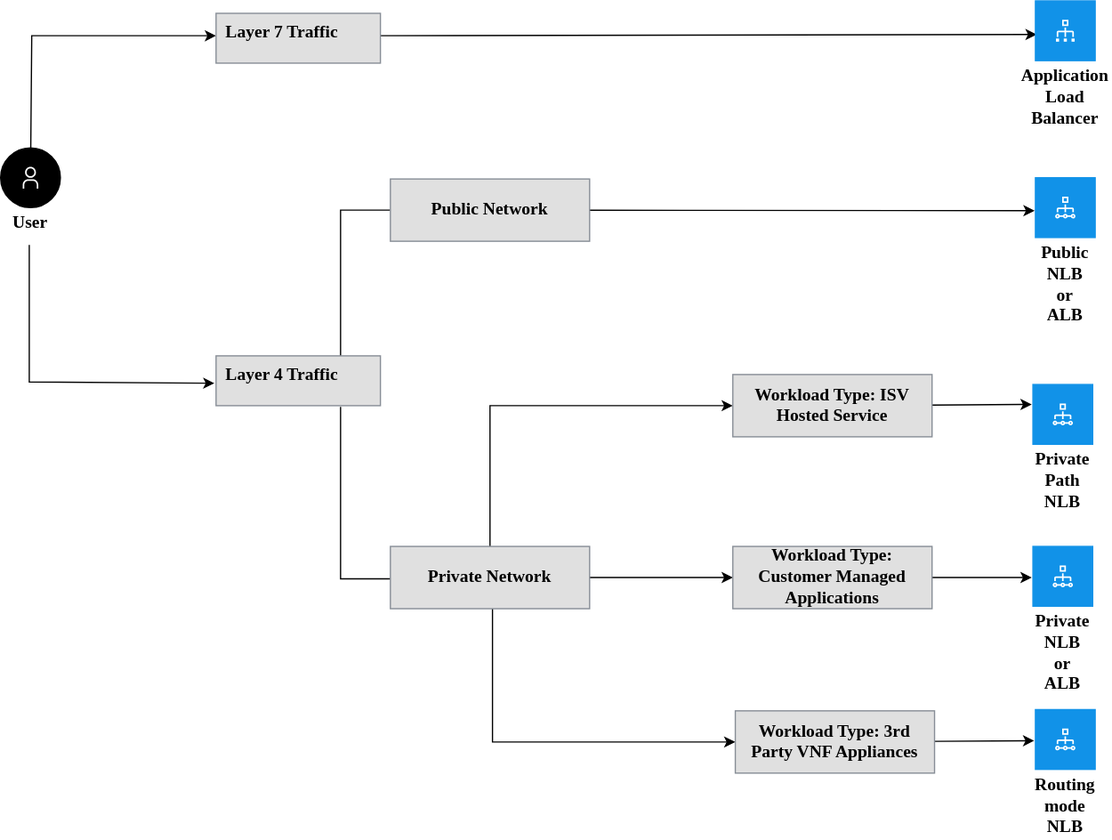
Before: images/loadbalancer_decision_tree.svg, a diagram exported from draw.io (ibm-cloud-docs/vpc). Source tidied: cells renumbered, new cells last; positions are measured from the earlier drawing's top-left corner, leaving out a move shared by most shapes.
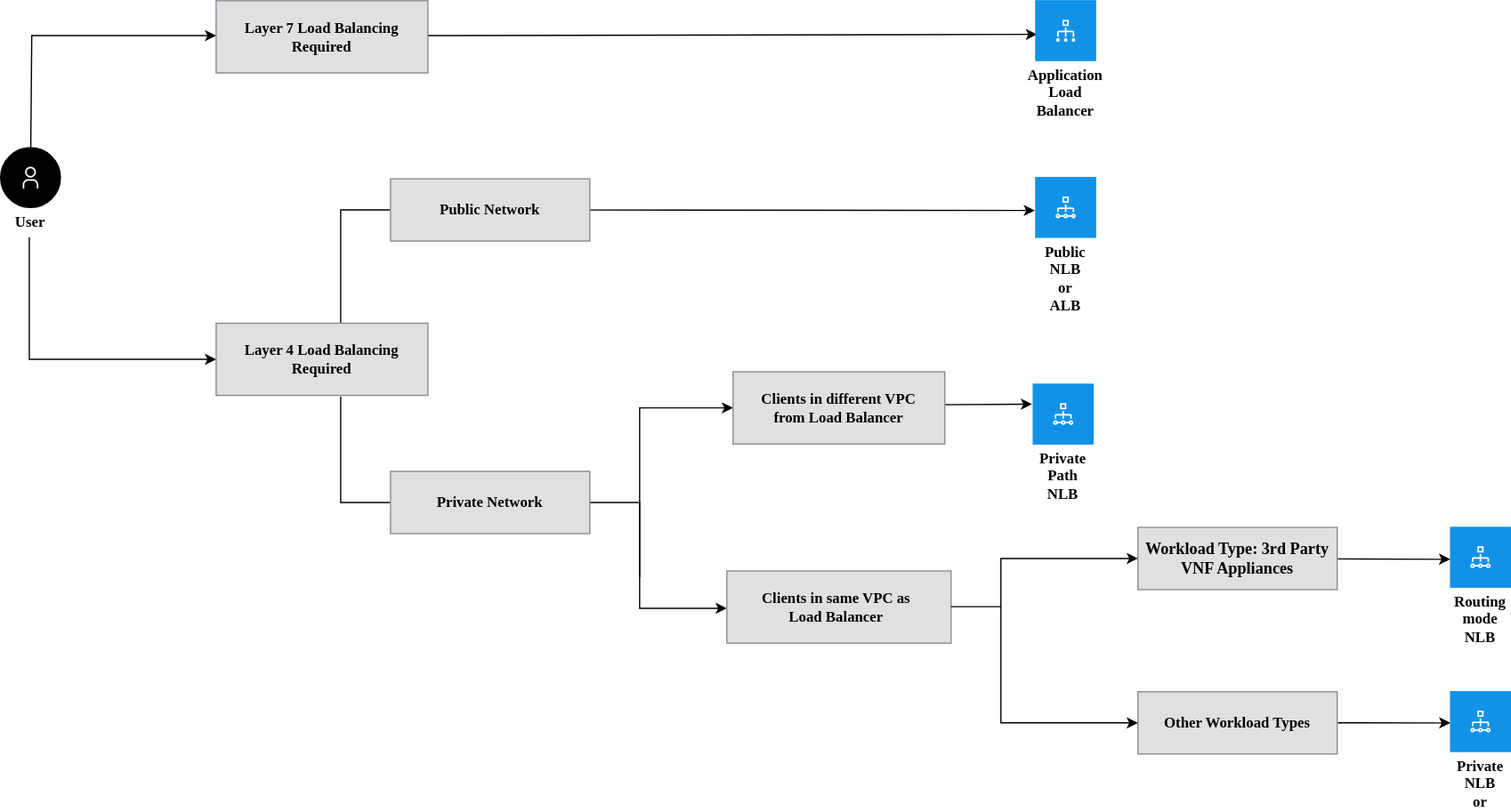
After the change.

Commit message:
Lauren Fulcher update

The edit, as a diff of the source:
```diff
@@ -4,4 +4,5 @@
     <mxCell id="1" parent="0" />
-    <mxCell id="2" style="endArrow=classic;html=1;rounded=0;fontColor=#000000;exitX=0.985;exitY=0.45;exitDx=0;exitDy=0;exitPerimeter=0;" parent="1" edge="1" source="13">
+    <mxCell id="2" style="endArrow=classic;html=1;rounded=0;fontColor=#000000;" parent="1" edge="1">
       <mxGeometry relative="1" as="geometry">
+        <mxPoint x="343" y="28" as="sourcePoint" />
         <mxPoint x="832" y="27" as="targetPoint" />
@@ -25,7 +26,7 @@
     </mxCell>
-    <mxCell id="5" style="endArrow=classic;html=1;rounded=0;fontColor=#000000;entryX=-0.01;entryY=0.55;entryDx=0;entryDy=0;entryPerimeter=0;" parent="1" edge="1" target="11">
+    <mxCell id="5" style="endArrow=classic;html=1;rounded=0;fontColor=#000000;entryX=0;entryY=0.5;entryDx=0;entryDy=0;" parent="1" edge="1" target="30">
       <mxGeometry relative="1" as="geometry">
-        <mxPoint x="23" y="196" as="sourcePoint" />
+        <mxPoint x="23" y="190" as="sourcePoint" />
         <Array as="points">
-          <mxPoint x="23" y="306" />
+          <mxPoint x="23" y="288" />
         </Array>
@@ -33,4 +34,4 @@
     </mxCell>
-    <object id="6" label="&lt;b style='font-weight:600'&gt;%Primary-Label%&lt;/b&gt;&lt;br&gt;%Secondary-Text%" Badge-Text="" Icon-Name="load-balancer--network" Primary-Label="Public NLB or ALB" Secondary-Text="" placeholders="1">
-      <mxCell style="shape=mxgraph.ibm.base;ibmType=nodep;ibmLayout=collapsed;strokeColor=#1192e8;fillColor=none;html=1;whiteSpace=wrap;fontFamily=IBM Plex Sans;fontSize=14;image=;align=center;verticalAlign=top;labelPosition=center;verticalLabelPosition=bottom;spacing=0;spacingLeft=16;spacingRight=16;spacingTop=0;spacingBottom=4;fontColor=#000000;" parent="1" vertex="1">
+    <object id="6" label="&lt;b style=&quot;font-weight: 600; font-size: 12px;&quot;&gt;%Primary-Label%&lt;/b&gt;&lt;br style=&quot;font-size: 12px;&quot;&gt;%Secondary-Text%" Badge-Text="" Icon-Name="load-balancer--network" Primary-Label="Public NLB or ALB" Secondary-Text="" placeholders="1">
+      <mxCell style="shape=mxgraph.ibm.base;ibmType=nodep;ibmLayout=collapsed;strokeColor=#1192e8;fillColor=none;html=1;whiteSpace=wrap;fontFamily=IBM Plex Sans;fontSize=12;image=;align=center;verticalAlign=top;labelPosition=center;verticalLabelPosition=bottom;spacing=0;spacingLeft=16;spacingRight=16;spacingTop=0;spacingBottom=4;fontColor=#000000;" parent="1" vertex="1">
         <mxGeometry x="831" y="142" width="48" height="48" as="geometry" />
@@ -38,14 +39,14 @@
     </object>
-    <object id="7" label="&lt;b style='font-weight:600'&gt;%Primary-Label%&lt;/b&gt;&lt;br&gt;%Secondary-Text%" Badge-Text="" Icon-Name="load-balancer--network" Primary-Label="Private NLB or ALB" Secondary-Text="" placeholders="1">
-      <mxCell style="shape=mxgraph.ibm.base;ibmType=nodep;ibmLayout=collapsed;strokeColor=#1192e8;fillColor=none;html=1;whiteSpace=wrap;fontFamily=IBM Plex Sans;fontSize=14;image=;align=center;verticalAlign=top;labelPosition=center;verticalLabelPosition=bottom;spacing=0;spacingLeft=16;spacingRight=16;spacingTop=0;spacingBottom=4;fontColor=#000000;" parent="1" vertex="1">
-        <mxGeometry x="829" y="438" width="48" height="48" as="geometry" />
+    <object id="7" label="&lt;b style=&quot;font-weight: 600; font-size: 12px;&quot;&gt;%Primary-Label%&lt;/b&gt;&lt;br style=&quot;font-size: 12px;&quot;&gt;%Secondary-Text%" Badge-Text="" Icon-Name="load-balancer--network" Primary-Label="Routing mode NLB" Secondary-Text="" placeholders="1">
+      <mxCell style="shape=mxgraph.ibm.base;ibmType=nodep;ibmLayout=collapsed;strokeColor=#1192e8;fillColor=none;html=1;whiteSpace=wrap;fontFamily=IBM Plex Sans;fontSize=12;image=;align=center;verticalAlign=top;labelPosition=center;verticalLabelPosition=bottom;spacing=0;spacingLeft=16;spacingRight=16;spacingTop=0;spacingBottom=4;fontColor=#000000;" parent="1" vertex="1">
+        <mxGeometry x="1164" y="423" width="48" height="48" as="geometry" />
       </mxCell>
     </object>
-    <object id="8" label="&lt;b style='font-weight:600'&gt;%Primary-Label%&lt;/b&gt;&lt;br&gt;%Secondary-Text%" Badge-Text="" Icon-Name="load-balancer--network" Primary-Label="Routing mode NLB" Secondary-Text="" placeholders="1">
-      <mxCell style="shape=mxgraph.ibm.base;ibmType=nodep;ibmLayout=collapsed;strokeColor=#1192e8;fillColor=none;html=1;whiteSpace=wrap;fontFamily=IBM Plex Sans;fontSize=14;image=;align=center;verticalAlign=top;labelPosition=center;verticalLabelPosition=bottom;spacing=0;spacingLeft=16;spacingRight=16;spacingTop=0;spacingBottom=4;fontColor=#000000;" parent="1" vertex="1">
-        <mxGeometry x="831" y="569" width="48" height="48" as="geometry" />
+    <object id="8" label="&lt;b style=&quot;font-weight: 600; font-size: 12px;&quot;&gt;%Primary-Label%&lt;/b&gt;&lt;br style=&quot;font-size: 12px;&quot;&gt;%Secondary-Text%" Badge-Text="" Icon-Name="load-balancer--network" Primary-Label="Private NLB or ALB" Secondary-Text="" placeholders="1">
+      <mxCell style="shape=mxgraph.ibm.base;ibmType=nodep;ibmLayout=collapsed;strokeColor=#1192e8;fillColor=none;html=1;whiteSpace=wrap;fontFamily=IBM Plex Sans;fontSize=12;image=;align=center;verticalAlign=top;labelPosition=center;verticalLabelPosition=bottom;spacing=0;spacingLeft=16;spacingRight=16;spacingTop=0;spacingBottom=4;fontColor=#000000;" parent="1" vertex="1">
+        <mxGeometry x="1164" y="555" width="48" height="48" as="geometry" />
       </mxCell>
     </object>
-    <object id="9" label="&lt;b style='font-weight:600'&gt;%Primary-Label%&lt;/b&gt;&lt;br&gt;%Secondary-Text%" Badge-Text="" Icon-Name="load-balancer--network" Primary-Label="Private Path NLB" Secondary-Text="" placeholders="1">
-      <mxCell style="shape=mxgraph.ibm.base;ibmType=nodep;ibmLayout=collapsed;strokeColor=#1192e8;fillColor=none;html=1;whiteSpace=wrap;fontFamily=IBM Plex Sans;fontSize=14;image=;align=center;verticalAlign=top;labelPosition=center;verticalLabelPosition=bottom;spacing=0;spacingLeft=16;spacingRight=16;spacingTop=0;spacingBottom=4;fontColor=#000000;" parent="1" vertex="1">
+    <object id="9" label="&lt;b style=&quot;font-weight: 600; font-size: 12px;&quot;&gt;%Primary-Label%&lt;/b&gt;&lt;br style=&quot;font-size: 12px;&quot;&gt;%Secondary-Text%" Badge-Text="" Icon-Name="load-balancer--network" Primary-Label="Private Path NLB" Secondary-Text="" placeholders="1">
+      <mxCell style="shape=mxgraph.ibm.base;ibmType=nodep;ibmLayout=collapsed;strokeColor=#1192e8;fillColor=none;html=1;whiteSpace=wrap;fontFamily=IBM Plex Sans;fontSize=12;image=;align=center;verticalAlign=top;labelPosition=center;verticalLabelPosition=bottom;spacing=0;spacingLeft=16;spacingRight=16;spacingTop=0;spacingBottom=4;fontColor=#000000;" parent="1" vertex="1">
         <mxGeometry x="829" y="308" width="48" height="48" as="geometry" />
@@ -53,4 +54,4 @@
     </object>
-    <object id="10" label="&lt;b style='font-weight:600'&gt;%Primary-Label%&lt;/b&gt;&lt;br&gt;%Secondary-Text%" Badge-Text="" Icon-Name="user" Primary-Label="User" Secondary-Text="" placeholders="1">
-      <mxCell style="shape=mxgraph.ibm.base;ibmType=actor;ibmLayout=collapsed;strokeColor=#000000;fillColor=none;html=1;whiteSpace=wrap;fontFamily=IBM Plex Sans;fontSize=14;image=;align=center;verticalAlign=top;labelPosition=center;verticalLabelPosition=bottom;spacing=0;spacingLeft=16;spacingRight=16;spacingTop=0;spacingBottom=4;" parent="1" vertex="1">
+    <object id="10" label="&lt;b style=&quot;font-weight: 600; font-size: 12px;&quot;&gt;%Primary-Label%&lt;/b&gt;&lt;br style=&quot;font-size: 12px;&quot;&gt;%Secondary-Text%" Badge-Text="" Icon-Name="user" Primary-Label="User" Secondary-Text="" placeholders="1">
+      <mxCell style="shape=mxgraph.ibm.base;ibmType=actor;ibmLayout=collapsed;strokeColor=#000000;fillColor=none;html=1;whiteSpace=wrap;fontFamily=IBM Plex Sans;fontSize=12;image=;align=center;verticalAlign=top;labelPosition=center;verticalLabelPosition=bottom;spacing=0;spacingLeft=16;spacingRight=16;spacingTop=0;spacingBottom=4;" parent="1" vertex="1">
         <mxGeometry y="118" width="48" height="48" as="geometry" />
@@ -58,7 +59,2 @@
     </object>
-    <object id="11" label="&lt;b style=&quot;font-weight:600&quot;&gt;%Legend-Title%&lt;/b&gt;" Legend-Title="Layer 4 Traffic" placeholders="1">
-      <mxCell style="shape=mxgraph.ibm.legend;ibmType=legendh;strokeColor=#878d96;fillColor=#E0E0E0;fontColor=#000000;html=1;whiteSpace=wrap;fontFamily=IBM Plex Sans;fontSize=14;stackUnitSize=16;allowGaps=0;stackFill=0;align=left;verticalAlign=middle;labelPosition=center;verticalLabelPosition=middle;spacing=0;spacingLeft=0;spacingRight=0;spacingTop=0;spacingBottom=0;noLabel=0;" parent="1" vertex="1">
-        <mxGeometry x="173" y="285" width="132" height="40" as="geometry" />
-      </mxCell>
-    </object>
     <mxCell id="12" style="endArrow=classic;html=1;rounded=0;fontColor=#000000;startArrow=none;entryX=-0.014;entryY=0.551;entryDx=0;entryDy=0;entryPerimeter=0;" parent="1" edge="1" source="26" target="6">
@@ -66,9 +62,4 @@
     </mxCell>
-    <object id="13" label="&lt;b style=&quot;font-weight:600&quot;&gt;%Legend-Title%&lt;/b&gt;" Legend-Title="Layer 7 Traffic" placeholders="1">
-      <mxCell style="shape=mxgraph.ibm.legend;ibmType=legendh;strokeColor=#878d96;fillColor=#E0E0E0;fontColor=#000000;html=1;whiteSpace=wrap;fontFamily=IBM Plex Sans;fontSize=14;stackUnitSize=16;allowGaps=0;stackFill=0;align=left;verticalAlign=middle;labelPosition=center;verticalLabelPosition=middle;spacing=0;spacingLeft=0;spacingRight=0;spacingTop=0;spacingBottom=0;noLabel=0;" parent="1" vertex="1">
-        <mxGeometry x="173" y="10" width="132" height="40" as="geometry" />
-      </mxCell>
-    </object>
-    <object id="14" label="&lt;b style='font-weight:600'&gt;%Primary-Label%&lt;/b&gt;&lt;br&gt;%Secondary-Text%" Badge-Text="" Icon-Name="load-balancer--classic" Primary-Label="Application Load Balancer" Secondary-Text="" placeholders="1">
-      <mxCell style="shape=mxgraph.ibm.base;ibmType=nodep;ibmLayout=collapsed;strokeColor=#1192e8;fillColor=none;html=1;whiteSpace=wrap;fontFamily=IBM Plex Sans;fontSize=14;image=;align=center;verticalAlign=top;labelPosition=center;verticalLabelPosition=bottom;spacing=0;spacingLeft=16;spacingRight=16;spacingTop=0;spacingBottom=4;" parent="1" vertex="1">
+    <object id="14" label="&lt;b style=&quot;font-weight: 600; font-size: 12px;&quot;&gt;%Primary-Label%&lt;/b&gt;&lt;br style=&quot;font-size: 12px;&quot;&gt;%Secondary-Text%" Badge-Text="" Icon-Name="load-balancer--classic" Primary-Label="Application Load Balancer" Secondary-Text="" placeholders="1">
+      <mxCell style="shape=mxgraph.ibm.base;ibmType=nodep;ibmLayout=collapsed;strokeColor=#1192e8;fillColor=none;html=1;whiteSpace=wrap;fontFamily=IBM Plex Sans;fontSize=12;image=;align=center;verticalAlign=top;labelPosition=center;verticalLabelPosition=bottom;spacing=0;spacingLeft=16;spacingRight=16;spacingTop=0;spacingBottom=4;" parent="1" vertex="1">
         <mxGeometry x="831" width="48" height="48" as="geometry" />
@@ -82,16 +73,14 @@
     </mxCell>
-    <mxCell id="16" style="edgeStyle=orthogonalEdgeStyle;rounded=0;jettySize=auto;html=1;entryX=0;entryY=0.5;entryDx=0;entryDy=0;" parent="1" edge="1" source="27" target="21">
-      <mxGeometry relative="1" as="geometry">
-        <Array as="points">
-          <mxPoint x="393" y="325" />
-        </Array>
-      </mxGeometry>
-    </mxCell>
-    <mxCell id="17" style="edgeStyle=orthogonalEdgeStyle;rounded=0;jettySize=auto;html=1;" parent="1" edge="1" source="27" target="23">
-      <mxGeometry relative="1" as="geometry" />
+    <mxCell id="17" style="edgeStyle=orthogonalEdgeStyle;rounded=0;jettySize=auto;html=1;endArrow=none;endFill=0;" parent="1" edge="1" source="27">
+      <mxGeometry relative="1" as="geometry">
+        <mxPoint x="513" y="463" as="targetPoint" />
+      </mxGeometry>
     </mxCell>
-    <mxCell id="18" style="edgeStyle=orthogonalEdgeStyle;rounded=0;jettySize=auto;html=1;entryX=0;entryY=0.5;entryDx=0;entryDy=0;fontSize=12;" parent="1" edge="1" source="27" target="25">
+    <mxCell id="18" style="edgeStyle=orthogonalEdgeStyle;rounded=0;jettySize=auto;html=1;fontSize=12;exitX=0;exitY=0.5;exitDx=0;exitDy=0;startArrow=classic;startFill=1;" parent="1" edge="1" source="32">
       <mxGeometry relative="1" as="geometry">
+        <mxPoint x="583" y="488" as="targetPoint" />
         <Array as="points">
-          <mxPoint x="395" y="595" />
+          <mxPoint x="513" y="327" />
+          <mxPoint x="513" y="488" />
+          <mxPoint x="573" y="488" />
         </Array>
@@ -99,8 +88,7 @@
     </mxCell>
-    <mxCell id="19" style="endArrow=classic;html=1;rounded=0;fontColor=#000000;exitX=0.5;exitY=1;exitDx=0;exitDy=0;entryX=0;entryY=0.5;entryDx=0;entryDy=0;" parent="1" edge="1">
+    <mxCell id="19" style="endArrow=none;html=1;rounded=0;fontColor=#000000;entryX=0;entryY=0.5;entryDx=0;entryDy=0;endFill=0;" parent="1" edge="1" target="27">
       <mxGeometry relative="1" as="geometry">
-        <mxPoint x="273" y="326" as="sourcePoint" />
-        <mxPoint x="378" y="464" as="targetPoint" />
+        <mxPoint x="273" y="318" as="sourcePoint" />
         <Array as="points">
-          <mxPoint x="273" y="464" />
+          <mxPoint x="273" y="403" />
         </Array>
@@ -108,4 +96,5 @@
     </mxCell>
-    <mxCell id="20" style="rounded=0;jettySize=auto;html=1;entryX=0;entryY=0.5;entryDx=0;entryDy=0;fontSize=12;" parent="1" edge="1" source="21">
+    <mxCell id="20" style="rounded=0;orthogonalLoop=1;jettySize=auto;html=1;entryX=0;entryY=0.5;entryDx=0;entryDy=0;fontSize=12;" parent="1" edge="1">
       <mxGeometry relative="1" as="geometry">
+        <mxPoint x="748" y="324.5" as="sourcePoint" />
         <mxPoint x="828" y="324" as="targetPoint" />
@@ -113,27 +102,58 @@
     </mxCell>
-    <mxCell id="21" value="&lt;font face=&quot;IBM Plex Sans&quot;&gt;&lt;span style=&quot;font-size: 14px&quot;&gt;&lt;b&gt;Workload Type: ISV Hosted Service&lt;/b&gt;&lt;/span&gt;&lt;/font&gt;" style="rounded=0;whiteSpace=wrap;html=1;fillColor=#E0E0E0;strokeColor=#878D96;" parent="1" vertex="1">
-      <mxGeometry x="588" y="300" width="160" height="50" as="geometry" />
-    </mxCell>
-    <mxCell id="22" style="edgeStyle=none;rounded=0;jettySize=auto;html=1;fontSize=12;" parent="1" edge="1" source="23">
-      <mxGeometry relative="1" as="geometry">
-        <mxPoint x="828" y="463" as="targetPoint" />
-      </mxGeometry>
+    <mxCell id="22" style="edgeStyle=none;rounded=0;jettySize=auto;html=1;fontSize=12;entryX=-0.006;entryY=0.534;entryDx=0;entryDy=0;entryPerimeter=0;" parent="1" edge="1" source="23" target="7">
+      <mxGeometry relative="1" as="geometry" />
     </mxCell>
-    <mxCell id="23" value="&lt;font face=&quot;IBM Plex Sans&quot;&gt;&lt;span style=&quot;font-size: 14px&quot;&gt;&lt;b&gt;Workload Type: Customer Managed Applications&lt;/b&gt;&lt;/span&gt;&lt;/font&gt;" style="rounded=0;whiteSpace=wrap;html=1;fillColor=#E0E0E0;strokeColor=#878D96;" parent="1" vertex="1">
-      <mxGeometry x="588" y="438" width="160" height="50" as="geometry" />
+    <mxCell id="23" value="&lt;b style=&quot;font-family: &amp;quot;IBM Plex Sans&amp;quot;;&quot;&gt;&lt;font style=&quot;font-size: 13px;&quot;&gt;Workload Type: 3rd Party VNF Appliances&lt;/font&gt;&lt;/b&gt;" style="rounded=0;whiteSpace=wrap;html=1;fillColor=#E0E0E0;strokeColor=#878D96;" parent="1" vertex="1">
+      <mxGeometry x="913" y="423" width="160" height="50" as="geometry" />
     </mxCell>
-    <mxCell id="24" style="edgeStyle=none;rounded=0;jettySize=auto;html=1;entryX=0;entryY=0.5;entryDx=0;entryDy=0;fontSize=12;" parent="1" edge="1" source="25">
-      <mxGeometry relative="1" as="geometry">
-        <mxPoint x="830" y="594" as="targetPoint" />
-      </mxGeometry>
+    <mxCell id="24" style="edgeStyle=none;rounded=0;jettySize=auto;html=1;entryX=-0.003;entryY=0.522;entryDx=0;entryDy=0;fontSize=12;entryPerimeter=0;exitX=1;exitY=0.5;exitDx=0;exitDy=0;" parent="1" edge="1" source="25" target="8">
+      <mxGeometry relative="1" as="geometry" />
     </mxCell>
-    <mxCell id="25" value="&lt;font face=&quot;IBM Plex Sans&quot;&gt;&lt;span style=&quot;font-size: 14px&quot;&gt;&lt;b&gt;Workload Type: 3rd Party VNF Appliances&lt;/b&gt;&lt;/span&gt;&lt;/font&gt;" style="rounded=0;whiteSpace=wrap;html=1;fillColor=#E0E0E0;strokeColor=#878D96;" parent="1" vertex="1">
-      <mxGeometry x="590" y="570" width="160" height="50" as="geometry" />
+    <mxCell id="25" value="&lt;font size=&quot;1&quot; face=&quot;IBM Plex Sans&quot;&gt;&lt;b style=&quot;font-size: 12px;&quot;&gt;Other Workload Types&lt;/b&gt;&lt;/font&gt;" style="rounded=0;whiteSpace=wrap;html=1;fillColor=#E0E0E0;strokeColor=#878D96;" parent="1" vertex="1">
+      <mxGeometry x="913" y="555" width="160" height="50" as="geometry" />
     </mxCell>
-    <mxCell id="26" value="&lt;font face=&quot;IBM Plex Sans&quot; style=&quot;font-size: 14px&quot;&gt;&lt;b&gt;Public Network&lt;/b&gt;&lt;/font&gt;" style="rounded=0;whiteSpace=wrap;html=1;fillColor=#E0E0E0;strokeColor=#878D96;" parent="1" vertex="1">
+    <mxCell id="26" value="&lt;font size=&quot;1&quot; face=&quot;IBM Plex Sans&quot; style=&quot;&quot;&gt;&lt;b style=&quot;font-size: 12px;&quot;&gt;Public Network&lt;/b&gt;&lt;/font&gt;" style="rounded=0;whiteSpace=wrap;html=1;fillColor=#E0E0E0;strokeColor=#878D96;" parent="1" vertex="1">
       <mxGeometry x="313" y="143" width="160" height="50" as="geometry" />
     </mxCell>
-    <mxCell id="27" value="&lt;font face=&quot;IBM Plex Sans&quot; style=&quot;font-size: 14px;&quot;&gt;&lt;b&gt;Private Network&lt;/b&gt;&lt;/font&gt;" style="rounded=0;whiteSpace=wrap;html=1;fillColor=#E0E0E0;strokeColor=#878D96;" parent="1" vertex="1">
-      <mxGeometry x="313" y="438" width="160" height="50" as="geometry" />
+    <mxCell id="27" value="&lt;font size=&quot;1&quot; face=&quot;IBM Plex Sans&quot; style=&quot;&quot;&gt;&lt;b style=&quot;font-size: 12px;&quot;&gt;Private Network&lt;/b&gt;&lt;/font&gt;" style="rounded=0;whiteSpace=wrap;html=1;fillColor=#E0E0E0;strokeColor=#878D96;" parent="1" vertex="1">
+      <mxGeometry x="313" y="378" width="160" height="50" as="geometry" />
     </mxCell>
+    <mxCell id="28" style="rounded=0;whiteSpace=wrap;html=1;fillColor=#E0E0E0;strokeColor=#878D96;" parent="1" vertex="1">
+      <mxGeometry x="173" width="170" height="58" as="geometry" />
+    </mxCell>
+    <mxCell id="29" value="&lt;b&gt;Layer 7 Load Balancing Required&lt;/b&gt;" style="text;html=1;strokeColor=none;fillColor=none;align=center;verticalAlign=middle;whiteSpace=wrap;rounded=0;fontFamily=IBM Plex Sans;" parent="1" vertex="1">
+      <mxGeometry x="193" y="14" width="130" height="30" as="geometry" />
+    </mxCell>
+    <mxCell id="30" style="rounded=0;whiteSpace=wrap;html=1;fillColor=#E0E0E0;strokeColor=#878D96;" parent="1" vertex="1">
+      <mxGeometry x="173" y="259" width="170" height="58" as="geometry" />
+    </mxCell>
+    <mxCell id="31" value="&lt;b&gt;Layer 4 Load Balancing Required&lt;/b&gt;" style="text;html=1;strokeColor=none;fillColor=none;align=center;verticalAlign=middle;whiteSpace=wrap;rounded=0;fontFamily=IBM Plex Sans;" parent="1" vertex="1">
+      <mxGeometry x="193" y="273" width="130" height="30" as="geometry" />
+    </mxCell>
+    <mxCell id="32" style="rounded=0;whiteSpace=wrap;html=1;fillColor=#E0E0E0;strokeColor=#878D96;" parent="1" vertex="1">
+      <mxGeometry x="588" y="298" width="170" height="58" as="geometry" />
+    </mxCell>
+    <mxCell id="33" value="&lt;b&gt;Clients in different VPC from Load Balancer&lt;/b&gt;" style="text;html=1;strokeColor=none;fillColor=none;align=center;verticalAlign=middle;whiteSpace=wrap;rounded=0;fontFamily=IBM Plex Sans;" parent="1" vertex="1">
+      <mxGeometry x="608" y="312" width="130" height="30" as="geometry" />
+    </mxCell>
+    <mxCell id="34" style="rounded=0;whiteSpace=wrap;html=1;fillColor=#E0E0E0;strokeColor=#878D96;" parent="1" vertex="1">
+      <mxGeometry x="583" y="458" width="180" height="58" as="geometry" />
+    </mxCell>
+    <mxCell id="35" value="&lt;b&gt;Clients in same VPC as Load Balancer&lt;/b&gt;" style="text;html=1;strokeColor=none;fillColor=none;align=center;verticalAlign=middle;whiteSpace=wrap;rounded=0;fontFamily=IBM Plex Sans;" parent="1" vertex="1">
+      <mxGeometry x="606" y="472" width="130" height="30" as="geometry" />
+    </mxCell>
+    <mxCell id="36" style="edgeStyle=orthogonalEdgeStyle;rounded=0;orthogonalLoop=1;jettySize=auto;html=1;endArrow=none;endFill=0;" parent="1" edge="1">
+      <mxGeometry relative="1" as="geometry">
+        <mxPoint x="763" y="486.7" as="sourcePoint" />
+        <mxPoint x="803" y="486.7" as="targetPoint" />
+      </mxGeometry>
+    </mxCell>
+    <mxCell id="37" style="edgeStyle=orthogonalEdgeStyle;rounded=0;jettySize=auto;html=1;startArrow=classic;startFill=1;exitX=0;exitY=0.5;exitDx=0;exitDy=0;entryX=0;entryY=0.5;entryDx=0;entryDy=0;" parent="1" edge="1" source="25" target="23">
+      <mxGeometry relative="1" as="geometry">
+        <Array as="points">
+          <mxPoint x="803" y="580" />
+          <mxPoint x="803" y="448" />
+        </Array>
+      </mxGeometry>
+    </mxCell>
   </root>
```
